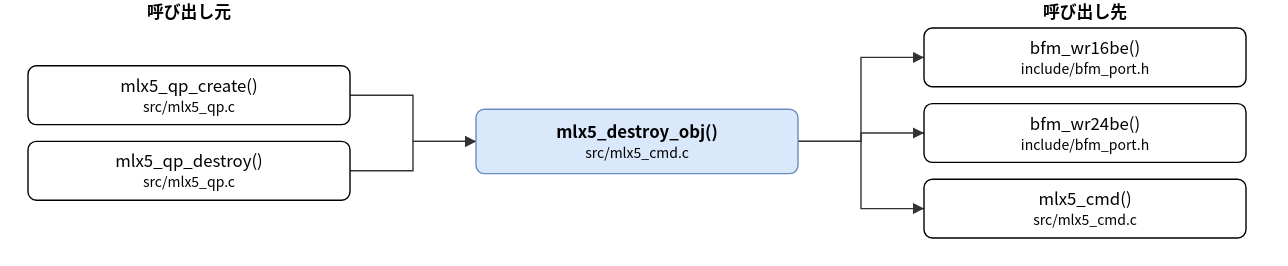
hf355051012-ai/bfmem keeps this draw.io diagram as doc/spec/images/call_src_mlx5_cmd-mlx5_destroy_obj.drawio.svg. Above is the earlier version. Source tidied: cells renumbered, new cells last; positions are measured from the earlier drawing's top-left corner, leaving out a move shared by most shapes.
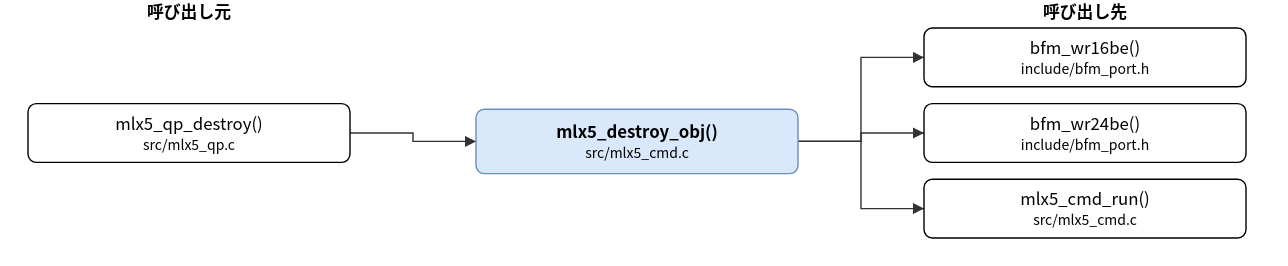
After the commit.

What changed in the source:
```diff
@@ -5,61 +5,50 @@
     <mxCell id="2" value="mlx5_destroy_obj()&lt;br&gt;&lt;font style=&quot;font-size:10px&quot;&gt;src/mlx5_cmd.c&lt;/font&gt;" style="rounded=1;whiteSpace=wrap;html=1;fillColor=#dae8fc;strokeColor=#6c8ebf;fontStyle=1;" parent="1" vertex="1">
       <mxGeometry x="320" y="78" width="230" height="46" as="geometry" />
     </mxCell>
-    <mxCell id="3" value="mlx5_qp_create()&lt;br&gt;&lt;font style=&quot;font-size:10px&quot;&gt;src/mlx5_qp.c&lt;/font&gt;" style="rounded=1;whiteSpace=wrap;html=1;" parent="1" vertex="1">
-      <mxGeometry y="47" width="230" height="42" as="geometry" />
+    <mxCell id="3" value="mlx5_qp_destroy()&lt;br&gt;&lt;font style=&quot;font-size:10px&quot;&gt;src/mlx5_qp.c&lt;/font&gt;" style="rounded=1;whiteSpace=wrap;html=1;" parent="1" vertex="1">
+      <mxGeometry y="74" width="230" height="42" as="geometry" />
     </mxCell>
-    <mxCell id="4" value="mlx5_qp_destroy()&lt;br&gt;&lt;font style=&quot;font-size:10px&quot;&gt;src/mlx5_qp.c&lt;/font&gt;" style="rounded=1;whiteSpace=wrap;html=1;" parent="1" vertex="1">
-      <mxGeometry y="101" width="230" height="42" as="geometry" />
-    </mxCell>
     <mxCell id="5" value="bfm_wr16be()&lt;br&gt;&lt;font style=&quot;font-size:10px&quot;&gt;include/bfm_port.h&lt;/font&gt;" style="rounded=1;whiteSpace=wrap;html=1;" parent="1" vertex="1">
       <mxGeometry x="640" y="20" width="230" height="42" as="geometry" />
     </mxCell>
     <mxCell id="6" value="bfm_wr24be()&lt;br&gt;&lt;font style=&quot;font-size:10px&quot;&gt;include/bfm_port.h&lt;/font&gt;" style="rounded=1;whiteSpace=wrap;html=1;" parent="1" vertex="1">
       <mxGeometry x="640" y="74" width="230" height="42" as="geometry" />
     </mxCell>
-    <mxCell id="7" value="mlx5_cmd()&lt;br&gt;&lt;font style=&quot;font-size:10px&quot;&gt;src/mlx5_cmd.c&lt;/font&gt;" style="rounded=1;whiteSpace=wrap;html=1;" parent="1" vertex="1">
+    <mxCell id="7" value="mlx5_cmd_run()&lt;br&gt;&lt;font style=&quot;font-size:10px&quot;&gt;src/mlx5_cmd.c&lt;/font&gt;" style="rounded=1;whiteSpace=wrap;html=1;" parent="1" vertex="1">
       <mxGeometry x="640" y="128" width="230" height="42" as="geometry" />
     </mxCell>
     <mxCell id="8" style="edgeStyle=none;html=1;rounded=0;endArrow=block;endFill=1;exitX=1.0000;exitY=0.5000;exitDx=0;exitDy=0;exitPerimeter=0;entryX=0.0000;entryY=0.5000;entryDx=0;entryDy=0;entryPerimeter=0;" parent="1" edge="1" source="3" target="2">
       <mxGeometry relative="1" as="geometry">
         <Array as="points">
-          <mxPoint x="275" y="68" />
+          <mxPoint x="275" y="95" />
           <mxPoint x="275" y="101" />
         </Array>
       </mxGeometry>
     </mxCell>
-    <mxCell id="9" style="edgeStyle=none;html=1;rounded=0;endArrow=block;endFill=1;exitX=1.0000;exitY=0.5000;exitDx=0;exitDy=0;exitPerimeter=0;entryX=0.0000;entryY=0.5000;entryDx=0;entryDy=0;entryPerimeter=0;" parent="1" edge="1" source="4" target="2">
+    <mxCell id="9" style="edgeStyle=none;html=1;rounded=0;endArrow=block;endFill=1;exitX=1.0000;exitY=0.5000;exitDx=0;exitDy=0;exitPerimeter=0;entryX=0.0000;entryY=0.5000;entryDx=0;entryDy=0;entryPerimeter=0;" parent="1" edge="1" source="2" target="5">
       <mxGeometry relative="1" as="geometry">
         <Array as="points">
-          <mxPoint x="275" y="122" />
-          <mxPoint x="275" y="101" />
+          <mxPoint x="595" y="101" />
+          <mxPoint x="595" y="41" />
         </Array>
       </mxGeometry>
     </mxCell>
-    <mxCell id="10" style="edgeStyle=none;html=1;rounded=0;endArrow=block;endFill=1;exitX=1.0000;exitY=0.5000;exitDx=0;exitDy=0;exitPerimeter=0;entryX=0.0000;entryY=0.5000;entryDx=0;entryDy=0;entryPerimeter=0;" parent="1" edge="1" source="2" target="5">
+    <mxCell id="10" style="edgeStyle=none;html=1;rounded=0;endArrow=block;endFill=1;exitX=1.0000;exitY=0.5000;exitDx=0;exitDy=0;exitPerimeter=0;entryX=0.0000;entryY=0.5000;entryDx=0;entryDy=0;entryPerimeter=0;" parent="1" edge="1" source="2" target="6">
       <mxGeometry relative="1" as="geometry">
         <Array as="points">
           <mxPoint x="595" y="101" />
-          <mxPoint x="595" y="41" />
+          <mxPoint x="595" y="95" />
         </Array>
       </mxGeometry>
     </mxCell>
-    <mxCell id="11" style="edgeStyle=none;html=1;rounded=0;endArrow=block;endFill=1;exitX=1.0000;exitY=0.5000;exitDx=0;exitDy=0;exitPerimeter=0;entryX=0.0000;entryY=0.5000;entryDx=0;entryDy=0;entryPerimeter=0;" parent="1" edge="1" source="2" target="6">
+    <mxCell id="11" style="edgeStyle=none;html=1;rounded=0;endArrow=block;endFill=1;exitX=1.0000;exitY=0.5000;exitDx=0;exitDy=0;exitPerimeter=0;entryX=0.0000;entryY=0.5000;entryDx=0;entryDy=0;entryPerimeter=0;" parent="1" edge="1" source="2" target="7">
       <mxGeometry relative="1" as="geometry">
         <Array as="points">
           <mxPoint x="595" y="101" />
-          <mxPoint x="595" y="95" />
+          <mxPoint x="595" y="149" />
         </Array>
       </mxGeometry>
     </mxCell>
-    <mxCell id="12" style="edgeStyle=none;html=1;rounded=0;endArrow=block;endFill=1;exitX=1.0000;exitY=0.5000;exitDx=0;exitDy=0;exitPerimeter=0;entryX=0.0000;entryY=0.5000;entryDx=0;entryDy=0;entryPerimeter=0;" parent="1" edge="1" source="2" target="7">
-      <mxGeometry relative="1" as="geometry">
-        <Array as="points">
-          <mxPoint x="595" y="101" />
-          <mxPoint x="595" y="149" />
-        </Array>
-      </mxGeometry>
-    </mxCell>
     <mxCell id="13" value="呼び出し元" style="text;html=1;align=center;fontStyle=1;" parent="1" vertex="1">
       <mxGeometry x="35" width="160" height="18" as="geometry" />
     </mxCell>
```
